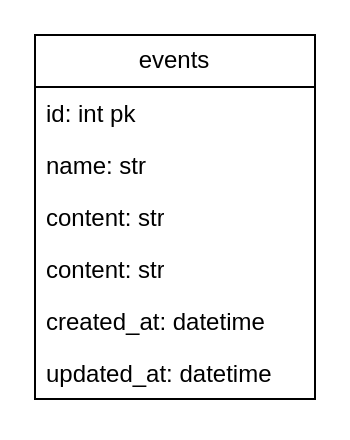
Before: docs/db.drawio in mauriciobenjamin700/faststream-learning, a draw.io diagram. Source tidied: cells renumbered, new cells numbered last; positions are measured from the earlier drawing's top-left corner, leaving out a move shared by most shapes. Both pictures are drawn from the tidied source at 200%, with x=0, y=0 at pixel (34, 34).
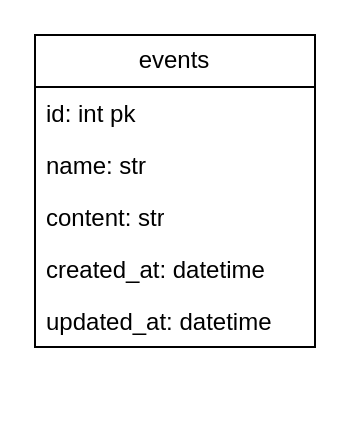
Above is the later version.

What changed in the source:
```diff
@@
 <mxGraphModel>
   <root>
     <mxCell id="0" />
     <mxCell id="1" parent="0" />
     <mxCell id="2" value="events" style="swimlane;fontStyle=0;horizontal=1;startSize=26;fillColor=none;whiteSpace=wrap;html=1;" parent="1" vertex="1">
-      <mxGeometry width="140" height="182" as="geometry" />
+      <mxGeometry width="140" height="156" as="geometry" />
     </mxCell>
     <mxCell id="3" value="id: int pk" style="text;strokeColor=none;fillColor=none;align=left;verticalAlign=top;spacingLeft=4;spacingRight=4;overflow=hidden;whiteSpace=wrap;html=1;" parent="2" vertex="1">
       <mxGeometry y="26" width="140" height="26" as="geometry" />
     </mxCell>
     <mxCell id="4" value="name: str" style="text;strokeColor=none;fillColor=none;align=left;verticalAlign=top;spacingLeft=4;spacingRight=4;overflow=hidden;whiteSpace=wrap;html=1;" parent="2" vertex="1">
       <mxGeometry y="52" width="140" height="26" as="geometry" />
     </mxCell>
     <mxCell id="5" value="content: str" style="text;strokeColor=none;fillColor=none;align=left;verticalAlign=top;spacingLeft=4;spacingRight=4;overflow=hidden;whiteSpace=wrap;html=1;" parent="2" vertex="1">
       <mxGeometry y="78" width="140" height="26" as="geometry" />
     </mxCell>
-    <mxCell id="6" value="content: str" style="text;strokeColor=none;fillColor=none;align=left;verticalAlign=top;spacingLeft=4;spacingRight=4;overflow=hidden;whiteSpace=wrap;html=1;" parent="2" vertex="1">
-      <mxGeometry y="104" width="140" height="26" as="geometry" />
-    </mxCell>
     <mxCell id="7" value="created_at: datetime" style="text;strokeColor=none;fillColor=none;align=left;verticalAlign=top;spacingLeft=4;spacingRight=4;overflow=hidden;whiteSpace=wrap;html=1;" parent="2" vertex="1">
-      <mxGeometry y="130" width="140" height="26" as="geometry" />
+      <mxGeometry y="104" width="140" height="26" as="geometry" />
     </mxCell>
     <mxCell id="8" value="updated_at: datetime" style="text;strokeColor=none;fillColor=none;align=left;verticalAlign=top;spacingLeft=4;spacingRight=4;overflow=hidden;whiteSpace=wrap;html=1;" parent="2" vertex="1">
-      <mxGeometry y="156" width="140" height="26" as="geometry" />
+      <mxGeometry y="130" width="140" height="26" as="geometry" />
     </mxCell>
   </root>
 </mxGraphModel>
```
